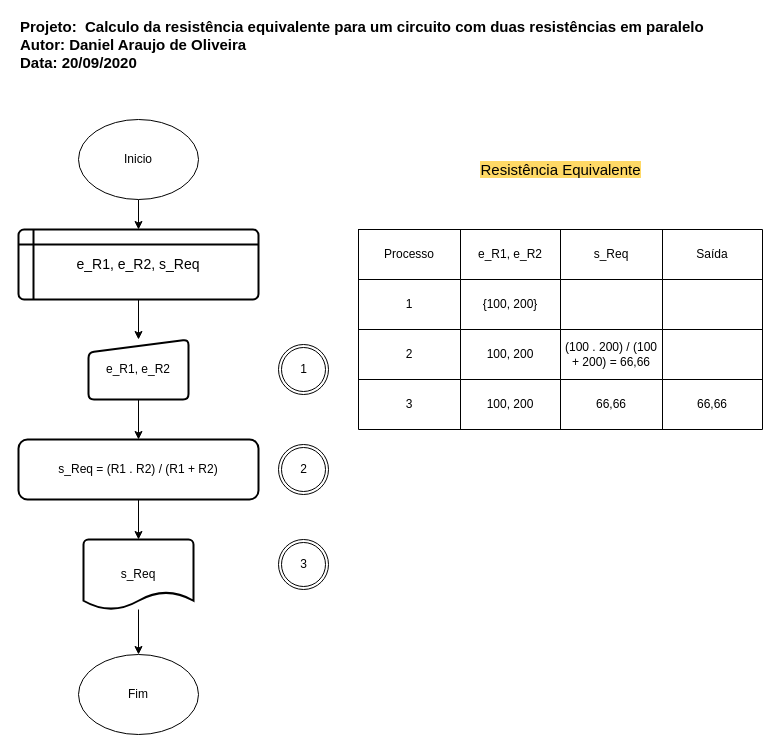
Earlier version of the draw.io diagram Fluxograma 6 calculo resistencia equivalente.drawio (DanielAraujo1116/fatec-Eletronica-1600732011040-Daniel). Source tidied: cells renumbered, new cells numbered last; positions are measured from the earlier drawing's top-left corner, leaving out a move shared by most shapes. Both pictures are drawn from the tidied source at 100%, with x=0, y=0 at pixel (18, 19).
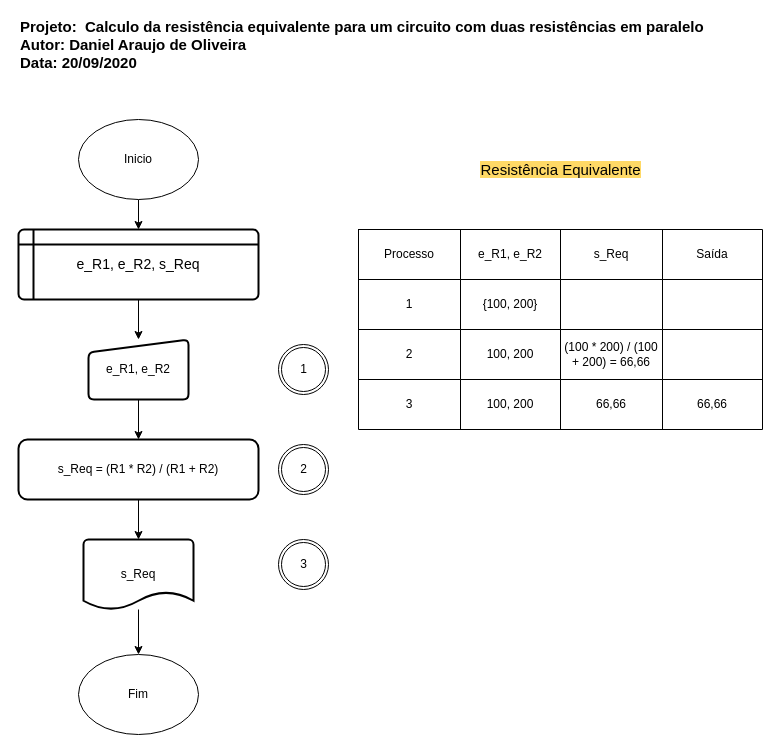
The same diagram, later.

Unchanged cells that the change refers to:
```xml
<mxCell id="23" style="shape=partialRectangle;html=1;whiteSpace=wrap;fillColor=none;top=0;left=0;bottom=0;right=0;" parent="12" vertex="1">
  <mxGeometry y="100" width="404" height="50" as="geometry" />
</mxCell>
```

Diff of the diagram source:
```diff
@@
-    <mxCell id="11" value="s_Req = (R1 . R2) / (R1 + R2)" style="rounded=1;whiteSpace=wrap;html=1;strokeWidth=2;" parent="1" vertex="1">
+    <mxCell id="11" value="s_Req = (R1 * R2) / (R1 + R2)" style="rounded=1;whiteSpace=wrap;html=1;strokeWidth=2;" parent="1" vertex="1">
       <mxGeometry y="420" width="240" height="60" as="geometry" />
     </mxCell>
@@
-    <mxCell id="26" value="(100 . 200) / (100 + 200) = 66,66" style="shape=partialRectangle;html=1;whiteSpace=wrap;overflow=hidden;fillColor=none;top=0;left=0;bottom=0;right=0;" parent="23" vertex="1">
+    <mxCell id="26" value="(100 * 200) / (100 + 200) = 66,66" style="shape=partialRectangle;html=1;whiteSpace=wrap;overflow=hidden;fillColor=none;top=0;left=0;bottom=0;right=0;" parent="23" vertex="1">
       <mxGeometry x="202" width="102" height="50" as="geometry" />
     </mxCell>
```
